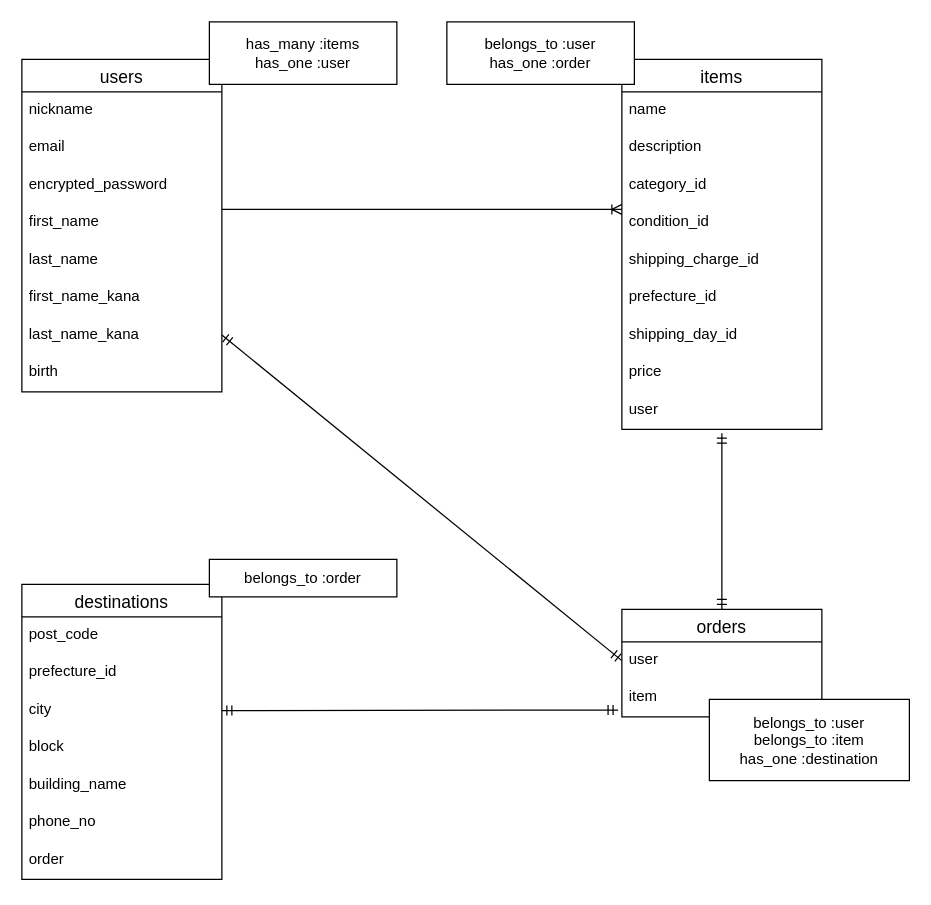
Earlier version of the draw.io diagram table.dio (blue248/furima-38715). Source tidied: cells renumbered, new cells numbered last; positions are measured from the earlier drawing's top-left corner, leaving out a move shared by most shapes. Both pictures are drawn from the tidied source at 125%, with x=0, y=0 at pixel (21, 21).
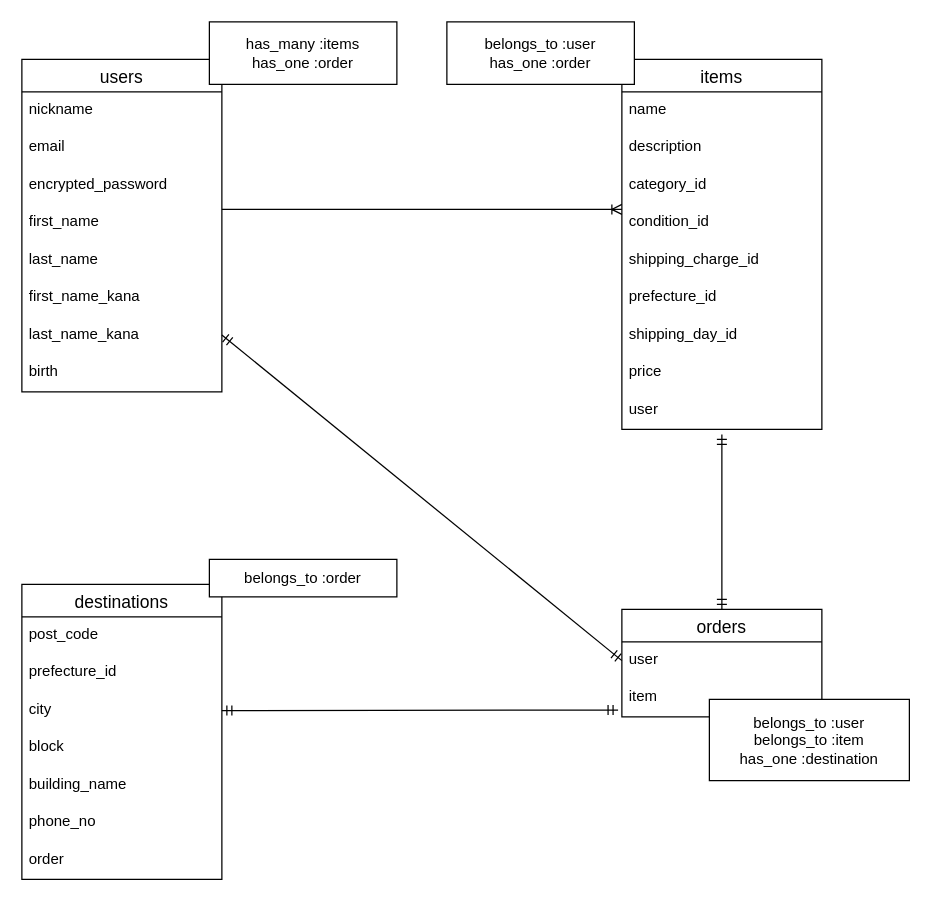
After the change.

Commit message (it also covers changes not shown here):
user、orderテーブルのアソシエーション修正

The change refers to these unchanged cells:
```xml
<mxCell id="20" value="user" style="text;strokeColor=none;fillColor=none;spacingLeft=4;spacingRight=4;overflow=hidden;points=[[0,0.5],[1,0.5]];portConstraint=eastwest;fontSize=12;" parent="11" vertex="1">
  <mxGeometry y="266" width="160" height="30" as="geometry" />
</mxCell>
<mxCell id="21" value="orders" style="swimlane;fontStyle=0;horizontal=1;startSize=26;align=center;fontSize=14;" parent="1" vertex="1">
  <mxGeometry x="480" y="470" width="160" height="86" as="geometry" />
</mxCell>
```

Diff of the diagram source:
```diff
@@
-    <mxCell id="33" style="fontSize=12;html=1;endArrow=ERmandOne;startArrow=ERmandOne;rounded=1;exitX=0.5;exitY=0;exitDx=0;exitDy=0;entryX=0.5;entryY=1.1;entryDx=0;entryDy=0;entryPerimeter=0;" parent="1" edge="1" source="21" target="20">
-      <mxGeometry relative="1" as="geometry" />
+    <mxCell id="33" style="fontSize=12;html=1;endArrow=ERmandOne;startArrow=ERmandOne;rounded=1;exitX=0.5;exitY=0;exitDx=0;exitDy=0;" parent="1" edge="1" source="21">
+      <mxGeometry relative="1" as="geometry">
+        <mxPoint x="560" y="330" as="targetPoint" />
+      </mxGeometry>
     </mxCell>
-    <mxCell id="34" value="has_many :items&lt;br&gt;has_one :user" style="text;html=1;align=center;verticalAlign=middle;whiteSpace=wrap;rounded=0;strokeColor=default;fillColor=#FFFFFF;" parent="1" vertex="1">
+    <mxCell id="34" value="has_many :items&lt;br&gt;has_one :order" style="text;html=1;align=center;verticalAlign=middle;whiteSpace=wrap;rounded=0;strokeColor=default;fillColor=#FFFFFF;" parent="1" vertex="1">
       <mxGeometry x="150" width="150" height="50" as="geometry" />
     </mxCell>
```
